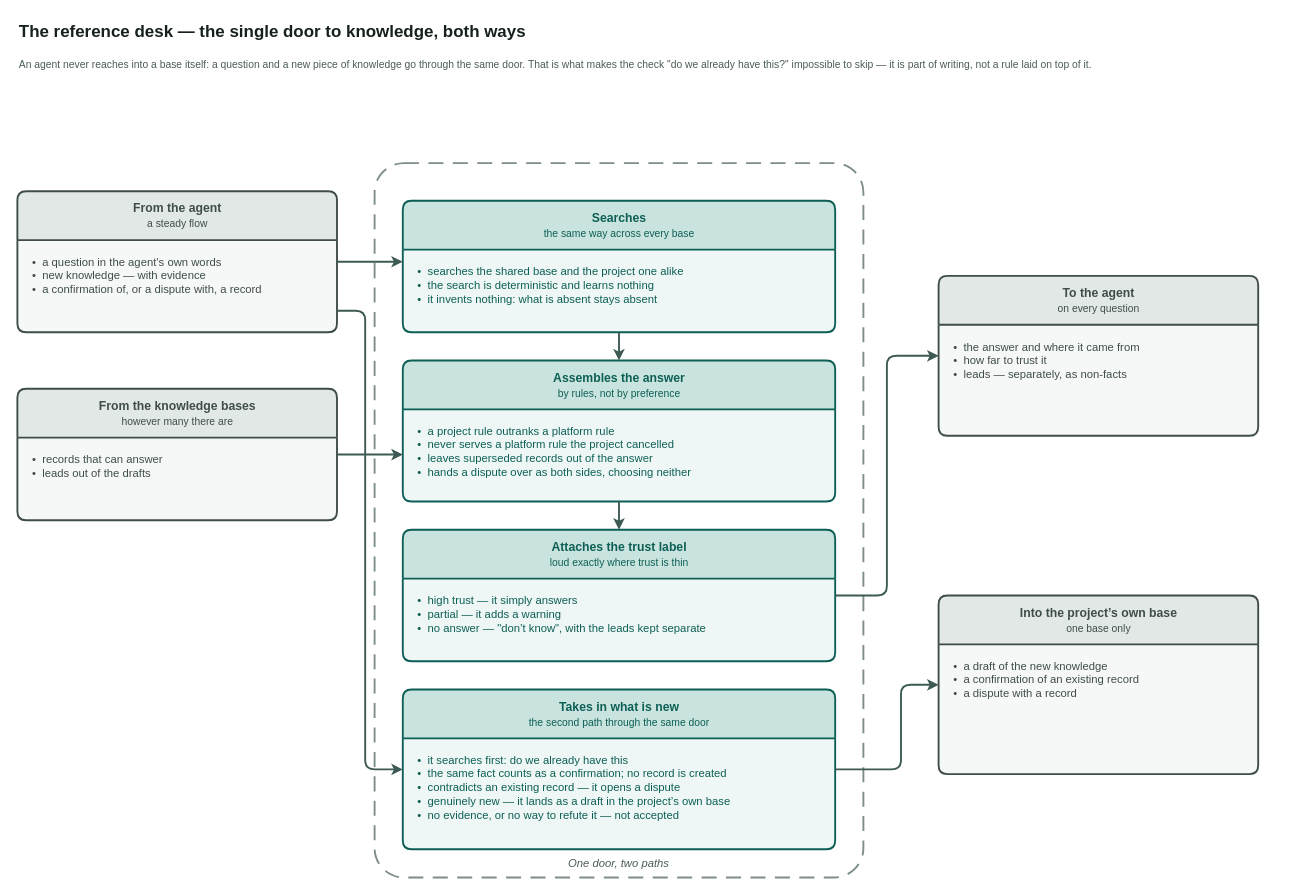
Above: page "Reference desk" (4 of 4) of docs/adr/adr-knowledge-base-v3-overview.drawio in VirtoCommerce/ai-tools (draw.io), before the change. Source tidied: cells renumbered, new cells numbered last; positions are measured from the earlier drawing's top-left corner, leaving out a move shared by most shapes. Both pictures are drawn from the tidied source at 94%, with x=0, y=0 at pixel (17, 16).
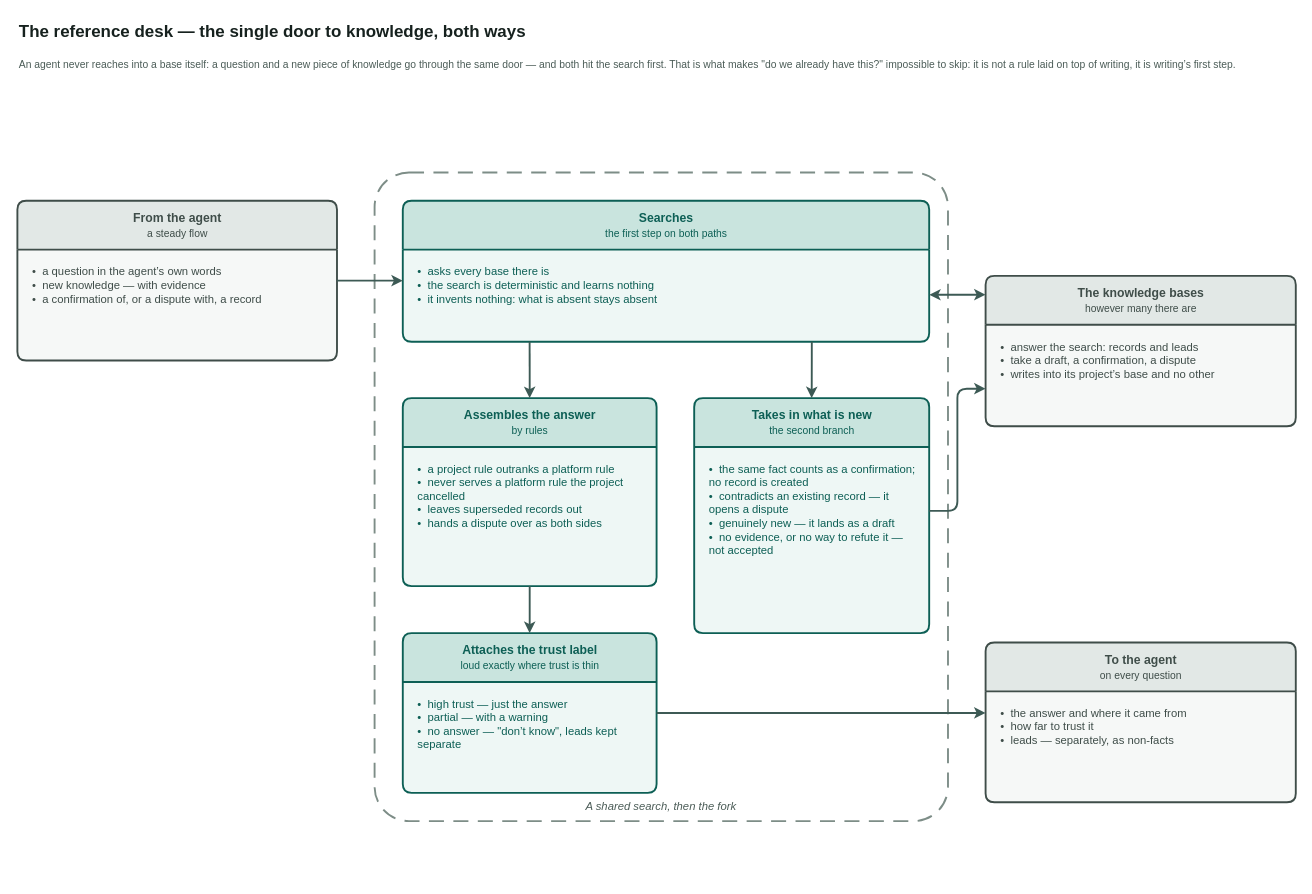
The same diagram, later.

Commit message (it also covers changes not shown here):
docs(adr): kb v3 — one two-way link per pair, and the desk page forks out of a shared search (VCST-5776)

Change to the diagram source:
```diff
@@
-    <mxCell id="3" value="An agent never reaches into a base itself: a question and a new piece of knowledge go through the same door. That is what makes the check &quot;do we already have this?&quot; impossible to skip — it is part of writing, not a rule laid on top of it." style="text;html=1;align=left;verticalAlign=top;fontSize=11;fontColor=#4b5c57;fontFamily=Helvetica;" parent="1" vertex="1">
+    <mxCell id="3" value="An agent never reaches into a base itself: a question and a new piece of knowledge go through the same door — and both hit the search first. That is what makes &quot;do we already have this?&quot; impossible to skip: it is not a rule laid on top of writing, it is writing’s first step." style="text;html=1;align=left;verticalAlign=top;fontSize=11;fontColor=#4b5c57;fontFamily=Helvetica;" parent="1" vertex="1">
       <mxGeometry y="38" width="1340" height="56" as="geometry" />
     </mxCell>
     <mxCell id="4" value="From the agent&lt;br&gt;&lt;span style=&quot;font-size:11px;font-weight:normal&quot;&gt;a steady flow&lt;/span&gt;" style="swimlane;html=1;rounded=1;arcSize=6;startSize=52;horizontal=1;fillColor=#e2e8e6;swimlaneFillColor=#f6f8f7;strokeColor=#3f4d49;fontColor=#3f4d49;fontSize=13;fontStyle=1;align=center;verticalAlign=middle;strokeWidth=2;fontFamily=Helvetica;" parent="1" vertex="1">
-      <mxGeometry y="186" width="340" height="150" as="geometry" />
+      <mxGeometry y="196" width="340" height="170" as="geometry" />
     </mxCell>
     <mxCell id="5" value="•&amp;nbsp; a question in the agent’s own words&lt;br&gt;•&amp;nbsp; new knowledge — with evidence&lt;br&gt;•&amp;nbsp; a confirmation of, or a dispute with, a record" style="text;html=1;align=left;verticalAlign=top;whiteSpace=wrap;spacingLeft=14;spacingTop=10;spacingRight=10;fontSize=12;fontColor=#3f4d49;fontFamily=Helvetica;" parent="4" vertex="1">
-      <mxGeometry y="52" width="340" height="98" as="geometry" />
+      <mxGeometry y="52" width="340" height="118" as="geometry" />
     </mxCell>
-    <mxCell id="6" value="From the knowledge bases&lt;br&gt;&lt;span style=&quot;font-size:11px;font-weight:normal&quot;&gt;however many there are&lt;/span&gt;" style="swimlane;html=1;rounded=1;arcSize=6;startSize=52;horizontal=1;fillColor=#e2e8e6;swimlaneFillColor=#f6f8f7;strokeColor=#3f4d49;fontColor=#3f4d49;fontSize=13;fontStyle=1;align=center;verticalAlign=middle;strokeWidth=2;fontFamily=Helvetica;" parent="1" vertex="1">
-      <mxGeometry y="396" width="340" height="140" as="geometry" />
-    </mxCell>
-    <mxCell id="7" value="•&amp;nbsp; records that can answer&lt;br&gt;•&amp;nbsp; leads out of the drafts" style="text;html=1;align=left;verticalAlign=top;whiteSpace=wrap;spacingLeft=14;spacingTop=10;spacingRight=10;fontSize=12;fontColor=#3f4d49;fontFamily=Helvetica;" parent="6" vertex="1">
-      <mxGeometry y="52" width="340" height="88" as="geometry" />
-    </mxCell>
-    <mxCell id="8" value="One door, two paths" style="rounded=1;arcSize=6;whiteSpace=wrap;html=1;fillColor=none;strokeColor=#7d8d87;dashed=1;dashPattern=8 5;strokeWidth=2;verticalAlign=bottom;align=center;spacingBottom=6;fontColor=#4b5c57;fontStyle=2;fontSize=12;fontFamily=Helvetica;" parent="1" vertex="1">
-      <mxGeometry x="380" y="156" width="520" height="760" as="geometry" />
+    <mxCell id="8" value="A shared search, then the fork" style="rounded=1;arcSize=6;whiteSpace=wrap;html=1;fillColor=none;strokeColor=#7d8d87;dashed=1;dashPattern=8 5;strokeWidth=2;verticalAlign=bottom;align=center;spacingBottom=6;fontColor=#4b5c57;fontStyle=2;fontSize=12;fontFamily=Helvetica;" parent="1" vertex="1">
+      <mxGeometry x="380" y="166" width="610" height="690" as="geometry" />
     </mxCell>
-    <mxCell id="9" value="Searches&lt;br&gt;&lt;span style=&quot;font-size:11px;font-weight:normal&quot;&gt;the same way across every base&lt;/span&gt;" style="swimlane;html=1;rounded=1;arcSize=6;startSize=52;horizontal=1;fillColor=#c9e4de;swimlaneFillColor=#eef7f5;strokeColor=#0d5f55;fontColor=#0d5f55;fontSize=13;fontStyle=1;align=center;verticalAlign=middle;strokeWidth=2;fontFamily=Helvetica;" parent="1" vertex="1">
-      <mxGeometry x="410" y="196" width="460" height="140" as="geometry" />
+    <mxCell id="9" value="Searches&lt;br&gt;&lt;span style=&quot;font-size:11px;font-weight:normal&quot;&gt;the first step on both paths&lt;/span&gt;" style="swimlane;html=1;rounded=1;arcSize=6;startSize=52;horizontal=1;fillColor=#c9e4de;swimlaneFillColor=#eef7f5;strokeColor=#0d5f55;fontColor=#0d5f55;fontSize=13;fontStyle=1;align=center;verticalAlign=middle;strokeWidth=2;fontFamily=Helvetica;" parent="1" vertex="1">
+      <mxGeometry x="410" y="196" width="560" height="150" as="geometry" />
     </mxCell>
-    <mxCell id="10" value="•&amp;nbsp; searches the shared base and the project one alike&lt;br&gt;•&amp;nbsp; the search is deterministic and learns nothing&lt;br&gt;•&amp;nbsp; it invents nothing: what is absent stays absent" style="text;html=1;align=left;verticalAlign=top;whiteSpace=wrap;spacingLeft=14;spacingTop=10;spacingRight=10;fontSize=12;fontColor=#0d5f55;fontFamily=Helvetica;" parent="9" vertex="1">
-      <mxGeometry y="52" width="460" height="88" as="geometry" />
+    <mxCell id="10" value="•&amp;nbsp; asks every base there is&lt;br&gt;•&amp;nbsp; the search is deterministic and learns nothing&lt;br&gt;•&amp;nbsp; it invents nothing: what is absent stays absent" style="text;html=1;align=left;verticalAlign=top;whiteSpace=wrap;spacingLeft=14;spacingTop=10;spacingRight=10;fontSize=12;fontColor=#0d5f55;fontFamily=Helvetica;" parent="9" vertex="1">
+      <mxGeometry y="52" width="560" height="98" as="geometry" />
     </mxCell>
-    <mxCell id="11" value="Assembles the answer&lt;br&gt;&lt;span style=&quot;font-size:11px;font-weight:normal&quot;&gt;by rules, not by preference&lt;/span&gt;" style="swimlane;html=1;rounded=1;arcSize=6;startSize=52;horizontal=1;fillColor=#c9e4de;swimlaneFillColor=#eef7f5;strokeColor=#0d5f55;fontColor=#0d5f55;fontSize=13;fontStyle=1;align=center;verticalAlign=middle;strokeWidth=2;fontFamily=Helvetica;" parent="1" vertex="1">
-      <mxGeometry x="410" y="366" width="460" height="150" as="geometry" />
+    <mxCell id="11" value="Assembles the answer&lt;br&gt;&lt;span style=&quot;font-size:11px;font-weight:normal&quot;&gt;by rules&lt;/span&gt;" style="swimlane;html=1;rounded=1;arcSize=6;startSize=52;horizontal=1;fillColor=#c9e4de;swimlaneFillColor=#eef7f5;strokeColor=#0d5f55;fontColor=#0d5f55;fontSize=13;fontStyle=1;align=center;verticalAlign=middle;strokeWidth=2;fontFamily=Helvetica;" parent="1" vertex="1">
+      <mxGeometry x="410" y="406" width="270" height="200" as="geometry" />
     </mxCell>
-    <mxCell id="12" value="•&amp;nbsp; a project rule outranks a platform rule&lt;br&gt;•&amp;nbsp; never serves a platform rule the project cancelled&lt;br&gt;•&amp;nbsp; leaves superseded records out of the answer&lt;br&gt;•&amp;nbsp; hands a dispute over as both sides, choosing neither" style="text;html=1;align=left;verticalAlign=top;whiteSpace=wrap;spacingLeft=14;spacingTop=10;spacingRight=10;fontSize=12;fontColor=#0d5f55;fontFamily=Helvetica;" parent="11" vertex="1">
-      <mxGeometry y="52" width="460" height="98" as="geometry" />
+    <mxCell id="12" value="•&amp;nbsp; a project rule outranks a platform rule&lt;br&gt;•&amp;nbsp; never serves a platform rule the project cancelled&lt;br&gt;•&amp;nbsp; leaves superseded records out&lt;br&gt;•&amp;nbsp; hands a dispute over as both sides" style="text;html=1;align=left;verticalAlign=top;whiteSpace=wrap;spacingLeft=14;spacingTop=10;spacingRight=10;fontSize=12;fontColor=#0d5f55;fontFamily=Helvetica;" parent="11" vertex="1">
+      <mxGeometry y="52" width="270" height="148" as="geometry" />
     </mxCell>
     <mxCell id="13" value="Attaches the trust label&lt;br&gt;&lt;span style=&quot;font-size:11px;font-weight:normal&quot;&gt;loud exactly where trust is thin&lt;/span&gt;" style="swimlane;html=1;rounded=1;arcSize=6;startSize=52;horizontal=1;fillColor=#c9e4de;swimlaneFillColor=#eef7f5;strokeColor=#0d5f55;fontColor=#0d5f55;fontSize=13;fontStyle=1;align=center;verticalAlign=middle;strokeWidth=2;fontFamily=Helvetica;" parent="1" vertex="1">
-      <mxGeometry x="410" y="546" width="460" height="140" as="geometry" />
+      <mxGeometry x="410" y="656" width="270" height="170" as="geometry" />
     </mxCell>
-    <mxCell id="14" value="•&amp;nbsp; high trust — it simply answers&lt;br&gt;•&amp;nbsp; partial — it adds a warning&lt;br&gt;•&amp;nbsp; no answer — &quot;don’t know&quot;, with the leads kept separate" style="text;html=1;align=left;verticalAlign=top;whiteSpace=wrap;spacingLeft=14;spacingTop=10;spacingRight=10;fontSize=12;fontColor=#0d5f55;fontFamily=Helvetica;" parent="13" vertex="1">
-      <mxGeometry y="52" width="460" height="88" as="geometry" />
+    <mxCell id="14" value="•&amp;nbsp; high trust — just the answer&lt;br&gt;•&amp;nbsp; partial — with a warning&lt;br&gt;•&amp;nbsp; no answer — &quot;don’t know&quot;, leads kept separate" style="text;html=1;align=left;verticalAlign=top;whiteSpace=wrap;spacingLeft=14;spacingTop=10;spacingRight=10;fontSize=12;fontColor=#0d5f55;fontFamily=Helvetica;" parent="13" vertex="1">
+      <mxGeometry y="52" width="270" height="118" as="geometry" />
     </mxCell>
-    <mxCell id="15" value="Takes in what is new&lt;br&gt;&lt;span style=&quot;font-size:11px;font-weight:normal&quot;&gt;the second path through the same door&lt;/span&gt;" style="swimlane;html=1;rounded=1;arcSize=6;startSize=52;horizontal=1;fillColor=#c9e4de;swimlaneFillColor=#eef7f5;strokeColor=#0d5f55;fontColor=#0d5f55;fontSize=13;fontStyle=1;align=center;verticalAlign=middle;strokeWidth=2;fontFamily=Helvetica;" parent="1" vertex="1">
-      <mxGeometry x="410" y="716" width="460" height="170" as="geometry" />
+    <mxCell id="15" value="Takes in what is new&lt;br&gt;&lt;span style=&quot;font-size:11px;font-weight:normal&quot;&gt;the second branch&lt;/span&gt;" style="swimlane;html=1;rounded=1;arcSize=6;startSize=52;horizontal=1;fillColor=#c9e4de;swimlaneFillColor=#eef7f5;strokeColor=#0d5f55;fontColor=#0d5f55;fontSize=13;fontStyle=1;align=center;verticalAlign=middle;strokeWidth=2;fontFamily=Helvetica;" parent="1" vertex="1">
+      <mxGeometry x="720" y="406" width="250" height="250" as="geometry" />
     </mxCell>
-    <mxCell id="16" value="•&amp;nbsp; it searches first: do we already have this&lt;br&gt;•&amp;nbsp; the same fact counts as a confirmation; no record is created&lt;br&gt;•&amp;nbsp; contradicts an existing record — it opens a dispute&lt;br&gt;•&amp;nbsp; genuinely new — it lands as a draft in the project’s own base&lt;br&gt;•&amp;nbsp; no evidence, or no way to refute it — not accepted" style="text;html=1;align=left;verticalAlign=top;whiteSpace=wrap;spacingLeft=14;spacingTop=10;spacingRight=10;fontSize=12;fontColor=#0d5f55;fontFamily=Helvetica;" parent="15" vertex="1">
-      <mxGeometry y="52" width="460" height="118" as="geometry" />
+    <mxCell id="16" value="•&amp;nbsp; the same fact counts as a confirmation; no record is created&lt;br&gt;•&amp;nbsp; contradicts an existing record — it opens a dispute&lt;br&gt;•&amp;nbsp; genuinely new — it lands as a draft&lt;br&gt;•&amp;nbsp; no evidence, or no way to refute it — not accepted" style="text;html=1;align=left;verticalAlign=top;whiteSpace=wrap;spacingLeft=14;spacingTop=10;spacingRight=10;fontSize=12;fontColor=#0d5f55;fontFamily=Helvetica;" parent="15" vertex="1">
+      <mxGeometry y="52" width="250" height="198" as="geometry" />
     </mxCell>
+    <mxCell id="28" value="The knowledge bases&lt;br&gt;&lt;span style=&quot;font-size:11px;font-weight:normal&quot;&gt;however many there are&lt;/span&gt;" style="swimlane;html=1;rounded=1;arcSize=6;startSize=52;horizontal=1;fillColor=#e2e8e6;swimlaneFillColor=#f6f8f7;strokeColor=#3f4d49;fontColor=#3f4d49;fontSize=13;fontStyle=1;align=center;verticalAlign=middle;strokeWidth=2;fontFamily=Helvetica;" parent="1" vertex="1">
+      <mxGeometry x="1030" y="276" width="330" height="160" as="geometry" />
+    </mxCell>
+    <mxCell id="29" value="•&amp;nbsp; answer the search: records and leads&lt;br&gt;•&amp;nbsp; take a draft, a confirmation, a dispute&lt;br&gt;•&amp;nbsp; writes into its project’s base and no other" style="text;html=1;align=left;verticalAlign=top;whiteSpace=wrap;spacingLeft=14;spacingTop=10;spacingRight=10;fontSize=12;fontColor=#3f4d49;fontFamily=Helvetica;" parent="28" vertex="1">
+      <mxGeometry y="52" width="330" height="108" as="geometry" />
+    </mxCell>
     <mxCell id="17" value="To the agent&lt;br&gt;&lt;span style=&quot;font-size:11px;font-weight:normal&quot;&gt;on every question&lt;/span&gt;" style="swimlane;html=1;rounded=1;arcSize=6;startSize=52;horizontal=1;fillColor=#e2e8e6;swimlaneFillColor=#f6f8f7;strokeColor=#3f4d49;fontColor=#3f4d49;fontSize=13;fontStyle=1;align=center;verticalAlign=middle;strokeWidth=2;fontFamily=Helvetica;" parent="1" vertex="1">
-      <mxGeometry x="980" y="276" width="340" height="170" as="geometry" />
+      <mxGeometry x="1030" y="666" width="330" height="170" as="geometry" />
     </mxCell>
     <mxCell id="18" value="•&amp;nbsp; the answer and where it came from&lt;br&gt;•&amp;nbsp; how far to trust it&lt;br&gt;•&amp;nbsp; leads — separately, as non-facts" style="text;html=1;align=left;verticalAlign=top;whiteSpace=wrap;spacingLeft=14;spacingTop=10;spacingRight=10;fontSize=12;fontColor=#3f4d49;fontFamily=Helvetica;" parent="17" vertex="1">
-      <mxGeometry y="52" width="340" height="118" as="geometry" />
+      <mxGeometry y="52" width="330" height="118" as="geometry" />
     </mxCell>
-    <mxCell id="19" value="Into the project’s own base&lt;br&gt;&lt;span style=&quot;font-size:11px;font-weight:normal&quot;&gt;one base only&lt;/span&gt;" style="swimlane;html=1;rounded=1;arcSize=6;startSize=52;horizontal=1;fillColor=#e2e8e6;swimlaneFillColor=#f6f8f7;strokeColor=#3f4d49;fontColor=#3f4d49;fontSize=13;fontStyle=1;align=center;verticalAlign=middle;strokeWidth=2;fontFamily=Helvetica;" parent="1" vertex="1">
-      <mxGeometry x="980" y="616" width="340" height="190" as="geometry" />
-    </mxCell>
-    <mxCell id="20" value="•&amp;nbsp; a draft of the new knowledge&lt;br&gt;•&amp;nbsp; a confirmation of an existing record&lt;br&gt;•&amp;nbsp; a dispute with a record" style="text;html=1;align=left;verticalAlign=top;whiteSpace=wrap;spacingLeft=14;spacingTop=10;spacingRight=10;fontSize=12;fontColor=#3f4d49;fontFamily=Helvetica;" parent="19" vertex="1">
-      <mxGeometry y="52" width="340" height="138" as="geometry" />
-    </mxCell>
-    <mxCell id="21" style="edgeStyle=orthogonalEdgeStyle;rounded=1;html=1;labelBackgroundColor=#ffffff;fontSize=12;strokeWidth=2;strokeColor=#3d5a55;fontColor=#2f3a37;fontFamily=Helvetica;exitX=1;exitY=0.5;exitDx=0;exitDy=0;entryX=0;entryY=0.464;entryDx=0;entryDy=0;" parent="1" edge="1" source="4" target="9">
+    <mxCell id="21" style="edgeStyle=orthogonalEdgeStyle;rounded=1;html=1;labelBackgroundColor=#ffffff;fontSize=12;strokeWidth=2;strokeColor=#3d5a55;fontColor=#2f3a37;fontFamily=Helvetica;exitX=1;exitY=0.5;exitDx=0;exitDy=0;entryX=0;entryY=0.567;entryDx=0;entryDy=0;" parent="1" edge="1" source="4" target="9">
       <mxGeometry relative="1" as="geometry" />
     </mxCell>
-    <mxCell id="22" style="edgeStyle=orthogonalEdgeStyle;rounded=1;html=1;labelBackgroundColor=#ffffff;fontSize=12;strokeWidth=2;strokeColor=#3d5a55;fontColor=#2f3a37;fontFamily=Helvetica;exitX=1;exitY=0.847;exitDx=0;exitDy=0;entryX=0;entryY=0.5;entryDx=0;entryDy=0;" parent="1" edge="1" source="4" target="15">
-      <mxGeometry relative="1" as="geometry">
-        <Array as="points">
-          <mxPoint x="370" y="313" />
-          <mxPoint x="370" y="801" />
-        </Array>
-      </mxGeometry>
+    <mxCell id="22" style="edgeStyle=orthogonalEdgeStyle;rounded=1;html=1;labelBackgroundColor=#ffffff;fontSize=12;strokeWidth=2;strokeColor=#3d5a55;fontColor=#2f3a37;fontFamily=Helvetica;startArrow=classic;startFill=1;exitX=1;exitY=0.667;exitDx=0;exitDy=0;entryX=0;entryY=0.125;entryDx=0;entryDy=0;" parent="1" edge="1" source="9" target="28">
+      <mxGeometry relative="1" as="geometry" />
     </mxCell>
-    <mxCell id="23" style="edgeStyle=orthogonalEdgeStyle;rounded=1;html=1;labelBackgroundColor=#ffffff;fontSize=12;strokeWidth=2;strokeColor=#3d5a55;fontColor=#2f3a37;fontFamily=Helvetica;exitX=1;exitY=0.5;exitDx=0;exitDy=0;entryX=0;entryY=0.667;entryDx=0;entryDy=0;" parent="1" edge="1" source="6" target="11">
+    <mxCell id="23" style="edgeStyle=orthogonalEdgeStyle;rounded=1;html=1;labelBackgroundColor=#ffffff;fontSize=12;strokeWidth=2;strokeColor=#3d5a55;fontColor=#2f3a37;fontFamily=Helvetica;exitX=0.241;exitY=1;exitDx=0;exitDy=0;entryX=0.5;entryY=0;entryDx=0;entryDy=0;" parent="1" edge="1" source="9" target="11">
       <mxGeometry relative="1" as="geometry" />
     </mxCell>
-    <mxCell id="24" style="edgeStyle=orthogonalEdgeStyle;rounded=1;html=1;labelBackgroundColor=#ffffff;fontSize=12;strokeWidth=2;strokeColor=#3d5a55;fontColor=#2f3a37;fontFamily=Helvetica;exitX=0.5;exitY=1;exitDx=0;exitDy=0;entryX=0.5;entryY=0;entryDx=0;entryDy=0;" parent="1" edge="1" source="9" target="11">
+    <mxCell id="24" style="edgeStyle=orthogonalEdgeStyle;rounded=1;html=1;labelBackgroundColor=#ffffff;fontSize=12;strokeWidth=2;strokeColor=#3d5a55;fontColor=#2f3a37;fontFamily=Helvetica;exitX=0.777;exitY=1;exitDx=0;exitDy=0;entryX=0.5;entryY=0;entryDx=0;entryDy=0;" parent="1" edge="1" source="9" target="15">
       <mxGeometry relative="1" as="geometry" />
     </mxCell>
@@
-    <mxCell id="26" style="edgeStyle=orthogonalEdgeStyle;rounded=1;html=1;labelBackgroundColor=#ffffff;fontSize=12;strokeWidth=2;strokeColor=#3d5a55;fontColor=#2f3a37;fontFamily=Helvetica;exitX=1;exitY=0.5;exitDx=0;exitDy=0;entryX=0;entryY=0.5;entryDx=0;entryDy=0;" parent="1" edge="1" source="13" target="17">
-      <mxGeometry relative="1" as="geometry">
-        <Array as="points">
-          <mxPoint x="925" y="616" />
-          <mxPoint x="925" y="361" />
-        </Array>
-      </mxGeometry>
+    <mxCell id="26" style="edgeStyle=orthogonalEdgeStyle;rounded=1;html=1;labelBackgroundColor=#ffffff;fontSize=12;strokeWidth=2;strokeColor=#3d5a55;fontColor=#2f3a37;fontFamily=Helvetica;exitX=1;exitY=0.5;exitDx=0;exitDy=0;entryX=0;entryY=0.441;entryDx=0;entryDy=0;" parent="1" edge="1" source="13" target="17">
+      <mxGeometry relative="1" as="geometry" />
     </mxCell>
-    <mxCell id="27" style="edgeStyle=orthogonalEdgeStyle;rounded=1;html=1;labelBackgroundColor=#ffffff;fontSize=12;strokeWidth=2;strokeColor=#3d5a55;fontColor=#2f3a37;fontFamily=Helvetica;exitX=1;exitY=0.5;exitDx=0;exitDy=0;entryX=0;entryY=0.5;entryDx=0;entryDy=0;" parent="1" edge="1" source="15" target="19">
+    <mxCell id="27" style="edgeStyle=orthogonalEdgeStyle;rounded=1;html=1;labelBackgroundColor=#ffffff;fontSize=12;strokeWidth=2;strokeColor=#3d5a55;fontColor=#2f3a37;fontFamily=Helvetica;exitX=1;exitY=0.48;exitDx=0;exitDy=0;entryX=0;entryY=0.75;entryDx=0;entryDy=0;" parent="1" edge="1" source="15" target="28">
       <mxGeometry relative="1" as="geometry">
         <Array as="points">
-          <mxPoint x="940" y="801" />
-          <mxPoint x="940" y="711" />
+          <mxPoint x="1000" y="526" />
+          <mxPoint x="1000" y="396" />
         </Array>
       </mxGeometry>
     </mxCell>
```
